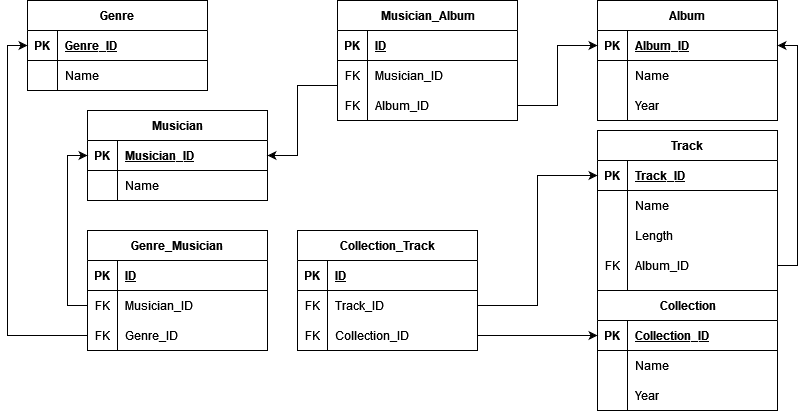
Garpusha/Database-HW keeps this draw.io diagram as DB_HW_2.png. Above is the earlier version. Source tidied: cells renumbered, new cells last; positions are measured from the earlier drawing's top-left corner, leaving out a move shared by most shapes.
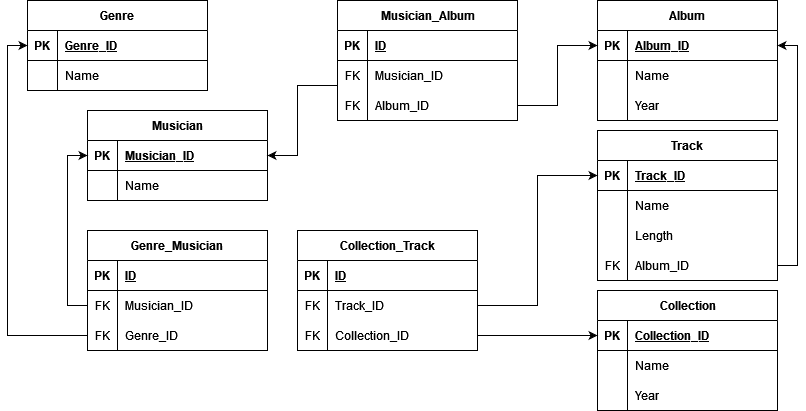
After the change.

Diff of the diagram source:
```diff
@@ -75,7 +75,7 @@
       <mxGeometry x="30" width="150" height="30" as="geometry" />
     </mxCell>
     <mxCell id="26" value="Track" style="shape=table;startSize=30;rowLines=0;fontStyle=1;align=center;" parent="1" vertex="1">
-      <mxGeometry x="570" y="130" width="180" height="180" as="geometry" />
+      <mxGeometry x="570" y="130" width="180" height="150" as="geometry" />
     </mxCell>
     <mxCell id="27" style="shape=tableRow;horizontal=0;startSize=0;swimlaneHead=0;swimlaneBody=0;fillColor=none;points=[[0,0.5],[1,0.5]];portConstraint=eastwest;top=0;left=0;right=0;bottom=1;" parent="26" vertex="1">
       <mxGeometry y="30" width="180" height="30" as="geometry" />
@@ -113,15 +113,6 @@
     <mxCell id="38" value="Album_ID" style="shape=partialRectangle;fillColor=none;top=0;left=0;bottom=0;right=0;align=left;spacingLeft=6;overflow=hidden;" parent="36" vertex="1">
       <mxGeometry x="30" width="150" height="30" as="geometry" />
     </mxCell>
-    <mxCell id="39" style="shape=tableRow;horizontal=0;startSize=0;swimlaneHead=0;swimlaneBody=0;fillColor=none;top=0;left=0;right=0;bottom=0;" parent="26" vertex="1">
-      <mxGeometry y="150" width="180" height="30" as="geometry" />
-    </mxCell>
-    <mxCell id="40" value="FK" style="shape=partialRectangle;fillColor=none;top=0;left=0;bottom=0;right=0;overflow=hidden;" parent="39" vertex="1">
-      <mxGeometry width="30" height="30" as="geometry" />
-    </mxCell>
-    <mxCell id="41" value="Album_ID" style="shape=partialRectangle;fillColor=none;top=0;left=0;bottom=0;right=0;align=left;spacingLeft=6;overflow=hidden;" parent="39" vertex="1">
-      <mxGeometry x="30" width="150" height="30" as="geometry" />
-    </mxCell>
     <mxCell id="42" value="Genre_Musician" style="shape=table;startSize=30;rowLines=0;fontStyle=1;align=center;" parent="1" vertex="1">
       <mxGeometry x="60" y="230" width="180" height="120" as="geometry" />
     </mxCell>
```
